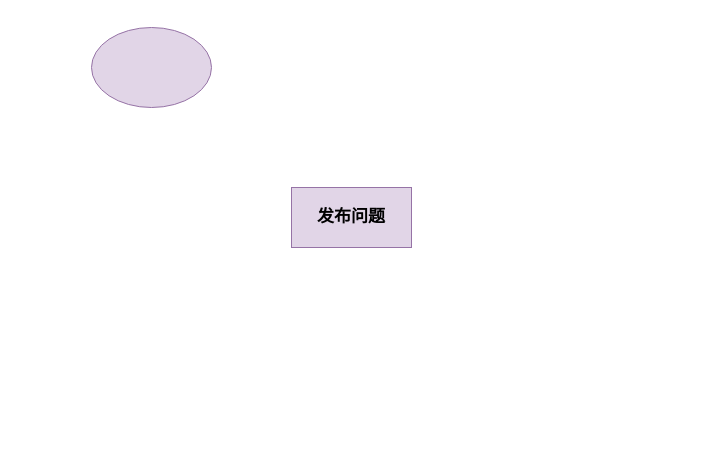
ov0-0vo/1 keeps this draw.io diagram as 发布问题实体属性.drawio. Above is the earlier version. Source tidied: cells renumbered, new cells numbered last; positions are measured from the earlier drawing's top-left corner, leaving out a move shared by most shapes. Both pictures are drawn from the tidied source at 100%, with x=0, y=0 at pixel (91, 27).
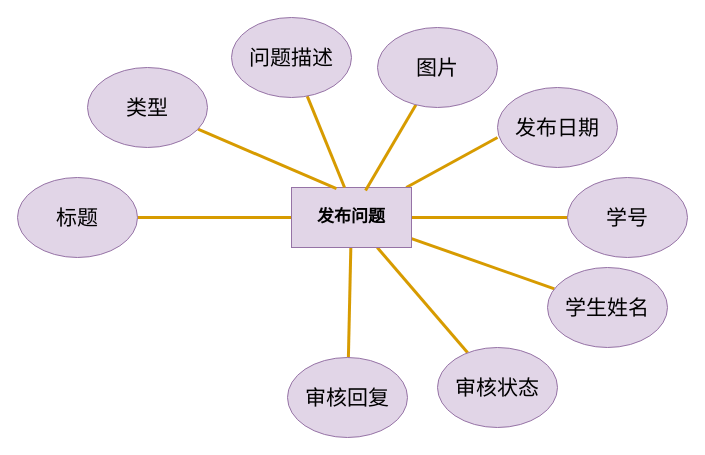
Above is the later version.

Commit message (it also covers changes not shown here):
更新发布问题实体属性.drawio

The change refers to these unchanged cells:
```xml
<mxCell id="2" value="发布问题" style="rounded=0;whiteSpace=wrap;html=1;fillColor=#e1d5e7;strokeColor=#9673a6;fontFamily=Times New Roman;fontStyle=1;fontSize=17;" parent="1" vertex="1">
  <mxGeometry x="200" y="160" width="120" height="60" as="geometry" />
</mxCell>
```

Change to the diagram source:
```diff
@@
+    <mxCell id="4" style="rounded=0;jettySize=auto;html=1;endArrow=none;endFill=0;fillColor=#ffe6cc;strokeColor=#d79b00;strokeWidth=3;" parent="1" edge="1" source="2" target="10">
+      <mxGeometry relative="1" as="geometry" />
+    </mxCell>
+    <mxCell id="5" style="edgeStyle=none;shape=connector;rounded=0;jettySize=auto;html=1;entryX=0;entryY=0.625;entryDx=0;entryDy=0;entryPerimeter=0;labelBackgroundColor=default;strokeColor=#d79b00;strokeWidth=3;fontFamily=Helvetica;fontSize=11;fontColor=default;endArrow=none;endFill=0;fillColor=#ffe6cc;" parent="1" edge="1" source="2" target="18">
+      <mxGeometry relative="1" as="geometry" />
+    </mxCell>
+    <mxCell id="6" style="edgeStyle=none;shape=connector;rounded=0;jettySize=auto;html=1;labelBackgroundColor=default;strokeColor=#d79b00;strokeWidth=3;fontFamily=Helvetica;fontSize=11;fontColor=default;endArrow=none;endFill=0;fillColor=#ffe6cc;" parent="1" edge="1" source="2" target="17">
+      <mxGeometry relative="1" as="geometry" />
+    </mxCell>
+    <mxCell id="7" style="edgeStyle=none;shape=connector;rounded=0;jettySize=auto;html=1;labelBackgroundColor=default;strokeColor=#d79b00;strokeWidth=3;fontFamily=Helvetica;fontSize=11;fontColor=default;endArrow=none;endFill=0;fillColor=#ffe6cc;" parent="1" edge="1" source="2" target="19">
+      <mxGeometry relative="1" as="geometry" />
+    </mxCell>
+    <mxCell id="8" style="edgeStyle=none;shape=connector;rounded=0;jettySize=auto;html=1;labelBackgroundColor=default;strokeColor=#d79b00;strokeWidth=3;fontFamily=Helvetica;fontSize=11;fontColor=default;endArrow=none;endFill=0;fillColor=#ffe6cc;" parent="1" edge="1" source="2" target="20">
+      <mxGeometry relative="1" as="geometry" />
+    </mxCell>
+    <mxCell id="9" style="edgeStyle=none;shape=connector;rounded=0;jettySize=auto;html=1;labelBackgroundColor=default;strokeColor=#d79b00;strokeWidth=3;fontFamily=Helvetica;fontSize=11;fontColor=default;endArrow=none;endFill=0;fillColor=#ffe6cc;" parent="1" edge="1" source="2" target="21">
+      <mxGeometry relative="1" as="geometry" />
+    </mxCell>
@@
-    <mxCell id="3" style="ellipse;whiteSpace=wrap;html=1;fillColor=#e1d5e7;strokeColor=#9673a6;" parent="1" vertex="1">
-      <mxGeometry width="120" height="80" as="geometry" />
-    </mxCell>
+    <mxCell id="10" value="标题" style="ellipse;whiteSpace=wrap;html=1;fillColor=#e1d5e7;strokeColor=#9673a6;fontSize=21;" parent="1" vertex="1">
+      <mxGeometry x="-74" y="150" width="120" height="80" as="geometry" />
+    </mxCell>
+    <mxCell id="11" style="rounded=0;jettySize=auto;html=1;endArrow=none;endFill=0;fillColor=#ffe6cc;strokeColor=#d79b00;strokeWidth=3;exitX=0.375;exitY=0.017;exitDx=0;exitDy=0;exitPerimeter=0;" parent="1" edge="1" source="2" target="12">
+      <mxGeometry relative="1" as="geometry" />
+    </mxCell>
+    <mxCell id="12" value="类型" style="ellipse;whiteSpace=wrap;html=1;fillColor=#e1d5e7;strokeColor=#9673a6;fontSize=21;" parent="1" vertex="1">
+      <mxGeometry x="-4" y="40" width="120" height="80" as="geometry" />
+    </mxCell>
+    <mxCell id="13" style="rounded=0;jettySize=auto;html=1;endArrow=none;endFill=0;fillColor=#ffe6cc;strokeColor=#d79b00;strokeWidth=3;exitX=0.617;exitY=0.05;exitDx=0;exitDy=0;exitPerimeter=0;" parent="1" edge="1" source="2" target="14">
+      <mxGeometry relative="1" as="geometry" />
+    </mxCell>
+    <mxCell id="14" value="图片" style="ellipse;whiteSpace=wrap;html=1;fillColor=#e1d5e7;strokeColor=#9673a6;fontSize=21;" parent="1" vertex="1">
+      <mxGeometry x="286" width="120" height="80" as="geometry" />
+    </mxCell>
+    <mxCell id="15" style="edgeStyle=none;shape=connector;rounded=0;jettySize=auto;html=1;entryX=0.442;entryY=0;entryDx=0;entryDy=0;entryPerimeter=0;labelBackgroundColor=default;strokeColor=#d79b00;strokeWidth=3;fontFamily=Helvetica;fontSize=11;fontColor=default;endArrow=none;endFill=0;fillColor=#ffe6cc;" parent="1" edge="1" source="16" target="2">
+      <mxGeometry relative="1" as="geometry" />
+    </mxCell>
+    <mxCell id="16" value="问题描述" style="ellipse;whiteSpace=wrap;html=1;fillColor=#e1d5e7;strokeColor=#9673a6;fontSize=21;" parent="1" vertex="1">
+      <mxGeometry x="140" y="-10" width="120" height="80" as="geometry" />
+    </mxCell>
+    <mxCell id="17" value="学号" style="ellipse;whiteSpace=wrap;html=1;fillColor=#e1d5e7;strokeColor=#9673a6;fontSize=21;" parent="1" vertex="1">
+      <mxGeometry x="476" y="150" width="120" height="80" as="geometry" />
+    </mxCell>
+    <mxCell id="18" value="发布日期" style="ellipse;whiteSpace=wrap;html=1;fillColor=#e1d5e7;strokeColor=#9673a6;fontSize=21;" parent="1" vertex="1">
+      <mxGeometry x="406" y="60" width="120" height="80" as="geometry" />
+    </mxCell>
+    <mxCell id="19" value="学生姓名" style="ellipse;whiteSpace=wrap;html=1;fillColor=#e1d5e7;strokeColor=#9673a6;fontSize=21;" parent="1" vertex="1">
+      <mxGeometry x="456" y="240" width="120" height="80" as="geometry" />
+    </mxCell>
+    <mxCell id="20" value="审核状态" style="ellipse;whiteSpace=wrap;html=1;fillColor=#e1d5e7;strokeColor=#9673a6;fontSize=21;" parent="1" vertex="1">
+      <mxGeometry x="346" y="320" width="120" height="80" as="geometry" />
+    </mxCell>
+    <mxCell id="21" value="审核回复" style="ellipse;whiteSpace=wrap;html=1;fillColor=#e1d5e7;strokeColor=#9673a6;fontSize=21;" parent="1" vertex="1">
+      <mxGeometry x="196" y="330" width="120" height="80" as="geometry" />
+    </mxCell>
```
